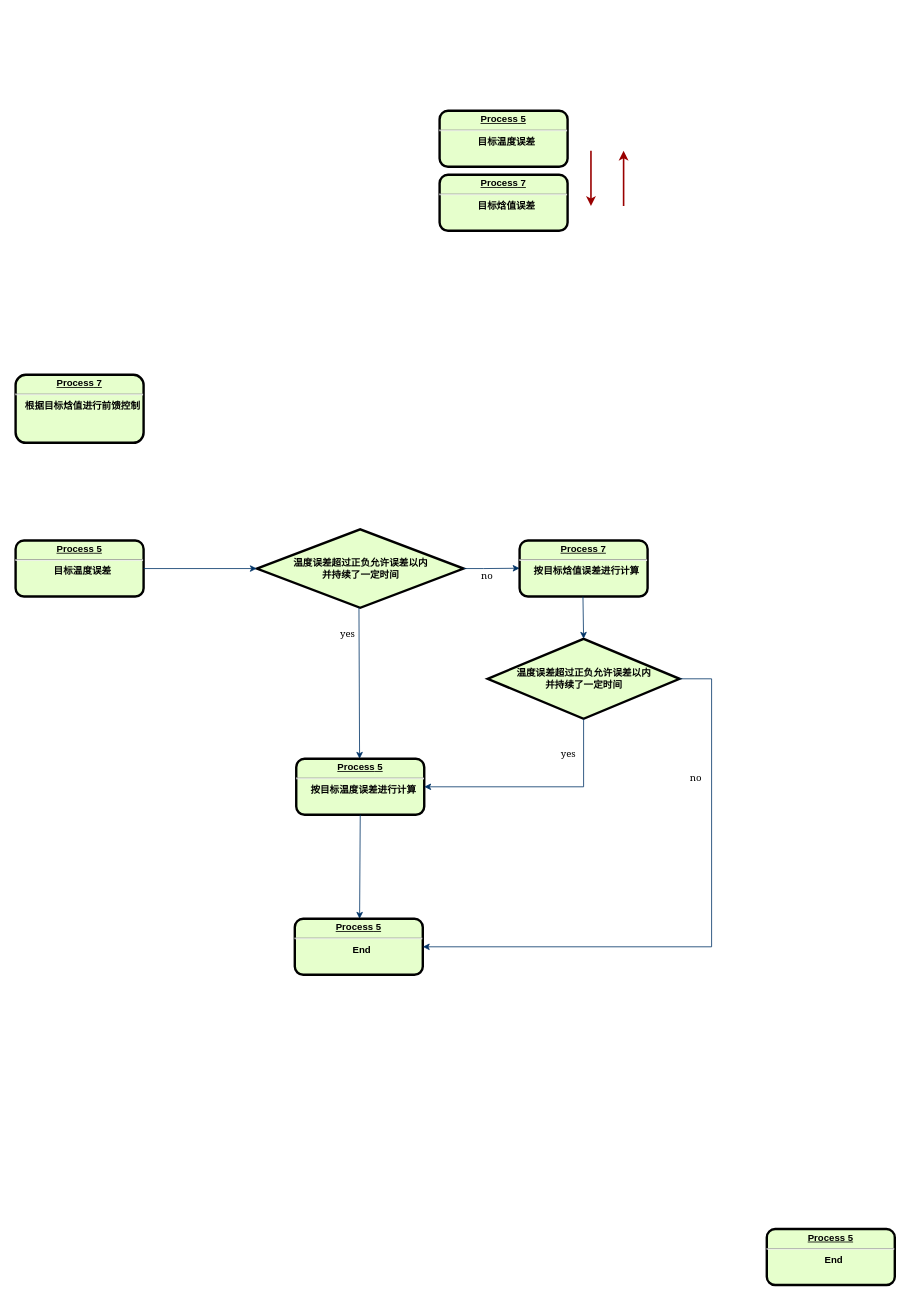
This is entraphy-23.11.24.drawio from Ge-Minhappy/hello-world, a draw.io file, before an edit. Source tidied: cells renumbered, new cells numbered last; positions are measured from the earlier drawing's top-left corner, leaving out a move shared by most shapes. Both pictures are drawn from the tidied source at 80%, with x=0, y=0 at pixel (15, 110).
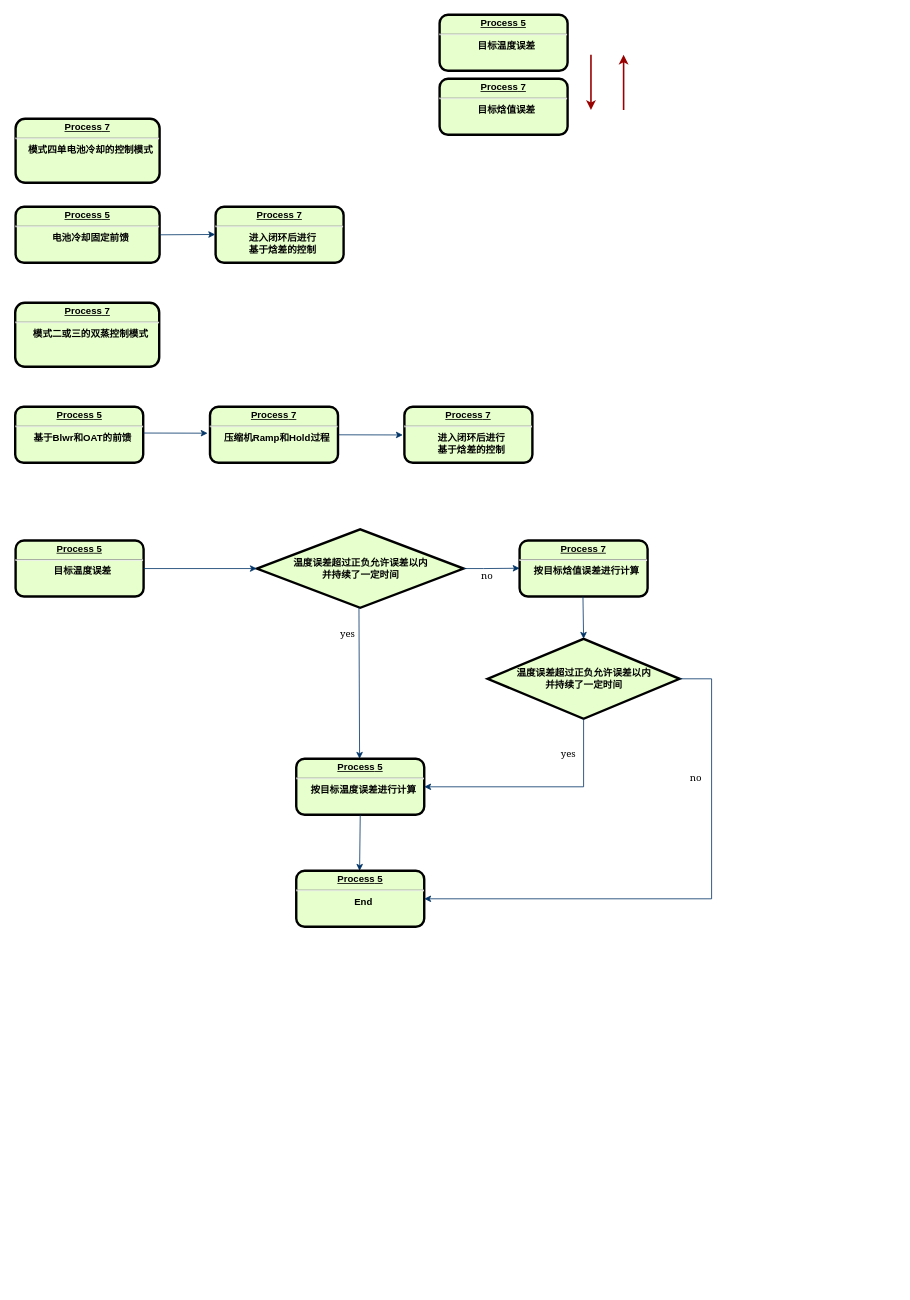
After the change.

Unchanged cells that the change refers to:
```xml
<mxCell id="12" value="&lt;p style=&quot;margin: 0px; margin-top: 4px; text-align: center; text-decoration: underline;&quot;&gt;&lt;strong&gt;&lt;strong&gt;Process&lt;/strong&gt; 5&lt;br&gt;&lt;/strong&gt;&lt;/p&gt;&lt;hr&gt;&lt;p style=&quot;margin: 0px; margin-left: 8px;&quot;&gt;按目标温度误差进行计算&lt;/p&gt;" style="verticalAlign=middle;align=center;overflow=fill;fontSize=12;fontFamily=Helvetica;html=1;rounded=1;fontStyle=1;strokeWidth=3;fillColor=#E6FFCC;" parent="1" vertex="1">
  <mxGeometry x="350.8" y="810" width="160" height="70" as="geometry" />
</mxCell>
<mxCell id="16" value="温度误差超过正负允许误差以内&lt;br&gt;并持续了一定时间" style="shape=mxgraph.flowchart.decision;strokeWidth=3;gradientColor=none;gradientDirection=north;fontStyle=1;html=1;direction=north;fillColor=#E6FFCC;rounded=1;" parent="1" vertex="1">
  <mxGeometry x="590" y="660" width="240" height="100" as="geometry" />
</mxCell>
```

The edit, as a diff of the source:
```diff
@@
-    <mxCell id="3" value="&lt;p style=&quot;margin: 0px; margin-top: 4px; text-align: center; text-decoration: underline;&quot;&gt;&lt;strong&gt;&lt;strong&gt;Process&lt;/strong&gt; 7&lt;br&gt;&lt;/strong&gt;&lt;/p&gt;&lt;hr&gt;&lt;p style=&quot;margin: 0px; margin-left: 8px;&quot;&gt;根据目标焓值进行前馈控制&lt;/p&gt;" style="verticalAlign=middle;align=center;overflow=fill;fontSize=12;fontFamily=Helvetica;html=1;rounded=1;fontStyle=1;strokeWidth=3;fillColor=#E6FFCC;" parent="1" vertex="1">
-      <mxGeometry y="330" width="160" height="85" as="geometry" />
+    <mxCell id="3" value="&lt;p style=&quot;margin: 0px; margin-top: 4px; text-align: center; text-decoration: underline;&quot;&gt;&lt;strong&gt;&lt;strong&gt;Process&lt;/strong&gt; 7&lt;br&gt;&lt;/strong&gt;&lt;/p&gt;&lt;hr&gt;&lt;p style=&quot;margin: 0px; margin-left: 8px;&quot;&gt;模式二或三的双蒸控制模式&lt;/p&gt;" style="verticalAlign=middle;align=center;overflow=fill;fontSize=12;fontFamily=Helvetica;html=1;rounded=1;fontStyle=1;strokeWidth=3;fillColor=#E6FFCC;" parent="1" vertex="1">
+      <mxGeometry x="-0.5" y="240" width="180" height="80" as="geometry" />
     </mxCell>
     <mxCell id="4" style="edgeStyle=elbowEdgeStyle;elbow=horizontal;strokeColor=#990000;strokeWidth=2;" parent="1" edge="1">
       <mxGeometry relative="1" as="geometry">
-        <mxPoint x="719.2" y="50" as="sourcePoint" />
-        <mxPoint x="719.2" y="119" as="targetPoint" />
+        <mxPoint x="719.2" y="-70" as="sourcePoint" />
+        <mxPoint x="719.2" y="-1" as="targetPoint" />
         <Array as="points">
-          <mxPoint x="719.2" y="79" />
+          <mxPoint x="719.2" y="-41" />
         </Array>
       </mxGeometry>
     </mxCell>
     <mxCell id="5" style="edgeStyle=elbowEdgeStyle;elbow=horizontal;strokeColor=#990000;strokeWidth=2;" parent="1" edge="1">
       <mxGeometry relative="1" as="geometry">
-        <mxPoint x="760" y="119" as="sourcePoint" />
-        <mxPoint x="760" y="50" as="targetPoint" />
+        <mxPoint x="760" y="-1" as="sourcePoint" />
+        <mxPoint x="760" y="-70" as="targetPoint" />
         <Array as="points">
-          <mxPoint x="760" y="79" />
+          <mxPoint x="760" y="-41" />
         </Array>
       </mxGeometry>
     </mxCell>
@@
     <mxCell id="14" value="&lt;p style=&quot;margin: 0px; margin-top: 4px; text-align: center; text-decoration: underline;&quot;&gt;&lt;strong&gt;&lt;strong&gt;Process&lt;/strong&gt; 5&lt;br&gt;&lt;/strong&gt;&lt;/p&gt;&lt;hr&gt;&lt;p style=&quot;margin: 0px; margin-left: 8px;&quot;&gt;目标温度误差&lt;/p&gt;" style="verticalAlign=middle;align=center;overflow=fill;fontSize=12;fontFamily=Helvetica;html=1;rounded=1;fontStyle=1;strokeWidth=3;fillColor=#E6FFCC;" parent="1" vertex="1">
-      <mxGeometry x="530" width="160" height="70" as="geometry" />
+      <mxGeometry x="530" y="-120" width="160" height="70" as="geometry" />
     </mxCell>
     <mxCell id="15" value="&lt;p style=&quot;margin: 0px; margin-top: 4px; text-align: center; text-decoration: underline;&quot;&gt;&lt;strong&gt;&lt;strong&gt;Process&lt;/strong&gt; 7&lt;br&gt;&lt;/strong&gt;&lt;/p&gt;&lt;hr&gt;&lt;p style=&quot;margin: 0px; margin-left: 8px;&quot;&gt;目标焓值误差&lt;/p&gt;" style="verticalAlign=middle;align=center;overflow=fill;fontSize=12;fontFamily=Helvetica;html=1;rounded=1;fontStyle=1;strokeWidth=3;fillColor=#E6FFCC;" parent="1" vertex="1">
-      <mxGeometry x="530" y="80" width="160" height="70" as="geometry" />
+      <mxGeometry x="530" y="-40" width="160" height="70" as="geometry" />
     </mxCell>
@@
     <mxCell id="20" style="fontStyle=1;strokeColor=#003366;strokeWidth=1;html=1;rounded=0;exitX=0.5;exitY=1;exitDx=0;exitDy=0;" parent="1" edge="1" source="12">
       <mxGeometry relative="1" as="geometry">
-        <mxPoint x="430" y="1010" as="targetPoint" />
+        <mxPoint x="430" y="950" as="targetPoint" />
       </mxGeometry>
     </mxCell>
     <mxCell id="21" value="&lt;p style=&quot;margin: 0px; margin-top: 4px; text-align: center; text-decoration: underline;&quot;&gt;&lt;strong&gt;&lt;strong&gt;Process&lt;/strong&gt; 5&lt;br&gt;&lt;/strong&gt;&lt;/p&gt;&lt;hr&gt;&lt;p style=&quot;margin: 0px; margin-left: 8px;&quot;&gt;End&lt;/p&gt;" style="verticalAlign=middle;align=center;overflow=fill;fontSize=12;fontFamily=Helvetica;html=1;rounded=1;fontStyle=1;strokeWidth=3;fillColor=#E6FFCC;" parent="1" vertex="1">
-      <mxGeometry x="349" y="1010" width="160" height="70" as="geometry" />
+      <mxGeometry x="350.8" y="950" width="160" height="70" as="geometry" />
     </mxCell>
-    <mxCell id="22" value="&lt;p style=&quot;margin: 0px; margin-top: 4px; text-align: center; text-decoration: underline;&quot;&gt;&lt;strong&gt;&lt;strong&gt;Process&lt;/strong&gt; 5&lt;br&gt;&lt;/strong&gt;&lt;/p&gt;&lt;hr&gt;&lt;p style=&quot;margin: 0px; margin-left: 8px;&quot;&gt;End&lt;/p&gt;" style="verticalAlign=middle;align=center;overflow=fill;fontSize=12;fontFamily=Helvetica;html=1;rounded=1;fontStyle=1;strokeWidth=3;fillColor=#E6FFCC;" parent="1" vertex="1">
-      <mxGeometry x="939" y="1397.8" width="160" height="70" as="geometry" />
-    </mxCell>
     <mxCell id="23" style="entryX=1;entryY=0.5;fontStyle=1;strokeColor=#003366;strokeWidth=1;html=1;rounded=0;exitX=0.5;exitY=1;exitDx=0;exitDy=0;exitPerimeter=0;entryDx=0;entryDy=0;" parent="1" edge="1" source="16" target="21">
       <mxGeometry relative="1" as="geometry">
         <Array as="points">
           <mxPoint x="870" y="710" />
-          <mxPoint x="870" y="1045" />
+          <mxPoint x="870" y="985" />
         </Array>
       </mxGeometry>
     </mxCell>
@@
+    <mxCell id="25" value="&lt;p style=&quot;margin: 0px; margin-top: 4px; text-align: center; text-decoration: underline;&quot;&gt;&lt;strong&gt;&lt;strong&gt;Process&lt;/strong&gt; 5&lt;br&gt;&lt;/strong&gt;&lt;/p&gt;&lt;hr&gt;&lt;p style=&quot;margin: 0px; margin-left: 8px;&quot;&gt;基于Blwr和OAT的前馈&lt;/p&gt;" style="verticalAlign=middle;align=center;overflow=fill;fontSize=12;fontFamily=Helvetica;html=1;rounded=1;fontStyle=1;strokeWidth=3;fillColor=#E6FFCC;" parent="1" vertex="1">
+      <mxGeometry x="-0.5" y="370" width="160" height="70" as="geometry" />
+    </mxCell>
+    <mxCell id="26" style="fontStyle=1;strokeColor=#003366;strokeWidth=1;html=1;rounded=0;exitX=1;exitY=0.5;exitDx=0;exitDy=0;" parent="1" edge="1">
+      <mxGeometry relative="1" as="geometry">
+        <mxPoint x="160" y="402.8" as="sourcePoint" />
+        <mxPoint x="240" y="403" as="targetPoint" />
+      </mxGeometry>
+    </mxCell>
+    <mxCell id="27" value="&lt;p style=&quot;margin: 0px; margin-top: 4px; text-align: center; text-decoration: underline;&quot;&gt;&lt;strong&gt;&lt;strong&gt;Process&lt;/strong&gt; 7&lt;br&gt;&lt;/strong&gt;&lt;/p&gt;&lt;hr&gt;&lt;p style=&quot;margin: 0px; margin-left: 8px;&quot;&gt;压缩机Ramp和Hold过程&lt;/p&gt;" style="verticalAlign=middle;align=center;overflow=fill;fontSize=12;fontFamily=Helvetica;html=1;rounded=1;fontStyle=1;strokeWidth=3;fillColor=#E6FFCC;" parent="1" vertex="1">
+      <mxGeometry x="243" y="370" width="160" height="70" as="geometry" />
+    </mxCell>
+    <mxCell id="28" style="fontStyle=1;strokeColor=#003366;strokeWidth=1;html=1;rounded=0;exitX=1;exitY=0.5;exitDx=0;exitDy=0;" parent="1" edge="1">
+      <mxGeometry relative="1" as="geometry">
+        <mxPoint x="404" y="405" as="sourcePoint" />
+        <mxPoint x="484" y="405.2" as="targetPoint" />
+      </mxGeometry>
+    </mxCell>
+    <mxCell id="29" value="&lt;p style=&quot;margin: 0px; margin-top: 4px; text-align: center; text-decoration: underline;&quot;&gt;&lt;strong&gt;&lt;strong&gt;Process&lt;/strong&gt; 7&lt;br&gt;&lt;/strong&gt;&lt;/p&gt;&lt;hr&gt;&lt;p style=&quot;margin: 0px; margin-left: 8px;&quot;&gt;进入闭环后进行&lt;/p&gt;&lt;p style=&quot;margin: 0px; margin-left: 8px;&quot;&gt;基于焓差的控制&lt;/p&gt;" style="verticalAlign=middle;align=center;overflow=fill;fontSize=12;fontFamily=Helvetica;html=1;rounded=1;fontStyle=1;strokeWidth=3;fillColor=#E6FFCC;" parent="1" vertex="1">
+      <mxGeometry x="486" y="370" width="160" height="70" as="geometry" />
+    </mxCell>
+    <mxCell id="30" value="&lt;p style=&quot;margin: 0px; margin-top: 4px; text-align: center; text-decoration: underline;&quot;&gt;&lt;strong&gt;&lt;strong&gt;Process&lt;/strong&gt; 7&lt;br&gt;&lt;/strong&gt;&lt;/p&gt;&lt;hr&gt;&lt;p style=&quot;margin: 0px; margin-left: 8px;&quot;&gt;模式四单电池冷却的控制模式&lt;/p&gt;" style="verticalAlign=middle;align=center;overflow=fill;fontSize=12;fontFamily=Helvetica;html=1;rounded=1;fontStyle=1;strokeWidth=3;fillColor=#E6FFCC;" parent="1" vertex="1">
+      <mxGeometry y="10" width="180" height="80" as="geometry" />
+    </mxCell>
+    <mxCell id="31" value="&lt;p style=&quot;margin: 0px; margin-top: 4px; text-align: center; text-decoration: underline;&quot;&gt;&lt;strong&gt;&lt;strong&gt;Process&lt;/strong&gt; 5&lt;br&gt;&lt;/strong&gt;&lt;/p&gt;&lt;hr&gt;&lt;p style=&quot;margin: 0px; margin-left: 8px;&quot;&gt;电池冷却固定前馈&lt;/p&gt;" style="verticalAlign=middle;align=center;overflow=fill;fontSize=12;fontFamily=Helvetica;html=1;rounded=1;fontStyle=1;strokeWidth=3;fillColor=#E6FFCC;" parent="1" vertex="1">
+      <mxGeometry y="120" width="180" height="70" as="geometry" />
+    </mxCell>
+    <mxCell id="32" value="&lt;p style=&quot;margin: 0px; margin-top: 4px; text-align: center; text-decoration: underline;&quot;&gt;&lt;strong&gt;&lt;strong&gt;Process&lt;/strong&gt; 7&lt;br&gt;&lt;/strong&gt;&lt;/p&gt;&lt;hr&gt;&lt;p style=&quot;margin: 0px; margin-left: 8px;&quot;&gt;进入闭环后进行&lt;/p&gt;&lt;p style=&quot;margin: 0px; margin-left: 8px;&quot;&gt;基于焓差的控制&lt;/p&gt;" style="verticalAlign=middle;align=center;overflow=fill;fontSize=12;fontFamily=Helvetica;html=1;rounded=1;fontStyle=1;strokeWidth=3;fillColor=#E6FFCC;" parent="1" vertex="1">
+      <mxGeometry x="250" y="120" width="160" height="70" as="geometry" />
+    </mxCell>
+    <mxCell id="33" style="fontStyle=1;strokeColor=#003366;strokeWidth=1;html=1;rounded=0;" parent="1" edge="1">
+      <mxGeometry relative="1" as="geometry">
+        <mxPoint x="180" y="155" as="sourcePoint" />
+        <mxPoint x="249.5" y="154.6" as="targetPoint" />
+      </mxGeometry>
+    </mxCell>
```
